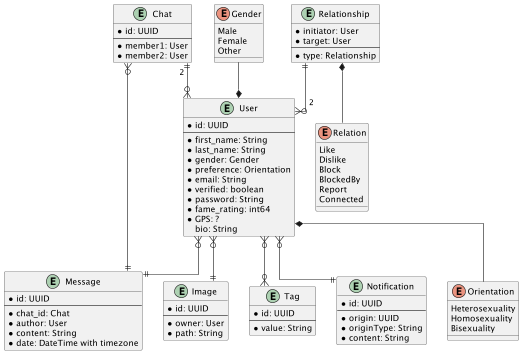
Above: postgres/schema.png in PatateDu609/matcha (PlantUML), before the change. The source it was exported from:
```plantuml
@startuml

skinparam linetype ortho

enum Gender {
	Male
	Female
	Other
}

enum Orientation {
	Heterosexuality
	Homosexuality
	Bisexuality
}

enum Relation {
	Like
	Dislike
	Block
	BlockedBy
	Report
	Connected
}

entity User {
	* id: UUID
	--
	* first_name: String
	* last_name: String
	* gender: Gender
	* preference: Orientation
	* email: String
	* verified: boolean
	* password: String
	* fame_rating: int64
	* GPS: ?
	bio: String
}

entity Image {
	* id: UUID
	--
	* owner: User
	* path: String
}

entity Tag {
	* id: UUID
	--
	* value: String
}

entity Chat {
	* id: UUID
	--
	* member1: User
	* member2: User
}

entity Message {
	* id: UUID
	--
	* chat_id: Chat
	* author: User
	* content: String
	* date: DateTime with timezone
}

entity Relationship {
	* initiator: User
    * target: User
	--
    * type: Relationship
}

entity Notification {
	* id: UUID
	--
	* origin: UUID
	* originType: String
	* content: String
}

User *-up- Gender
User *-- Orientation
Relationship *-- Relation

User }o--|| Image
User }o--o{ Tag
User }o--|| Notification
Chat ||--o{ "2   " User

Chat }o--|| Message
User }o--|| Message

Relationship ||--o{ "    2" User

@enduml
```
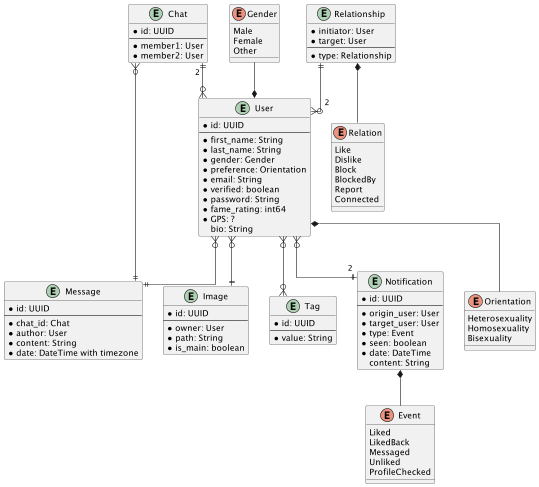
After the commit.

Commit message:
update schema for database

Diff of the diagram source:
```diff
@@ -23,6 +23,14 @@
 	Connected
 }
 
+enum Event {
+	Liked
+	LikedBack
+	Messaged
+	Unliked
+	ProfileChecked
+}
+
 entity User {
 	* id: UUID
 	--
@@ -43,6 +51,7 @@
 	--
 	* owner: User
 	* path: String
+	* is_main: boolean
 }
 
 entity Tag {
@@ -77,18 +86,22 @@
 entity Notification {
 	* id: UUID
 	--
-	* origin: UUID
-	* originType: String
-	* content: String
+	* origin_user: User
+	* target_user: User
+	* type: Event
+	* seen: boolean
+	* date: DateTime
+	content: String
 }
 
 User *-up- Gender
 User *-- Orientation
 Relationship *-- Relation
+Notification *-- Event
 
 User }o--|| Image
 User }o--o{ Tag
-User }o--|| Notification
+User }o--|| "2" Notification
 Chat ||--o{ "2   " User
 
 Chat }o--|| Message
```
